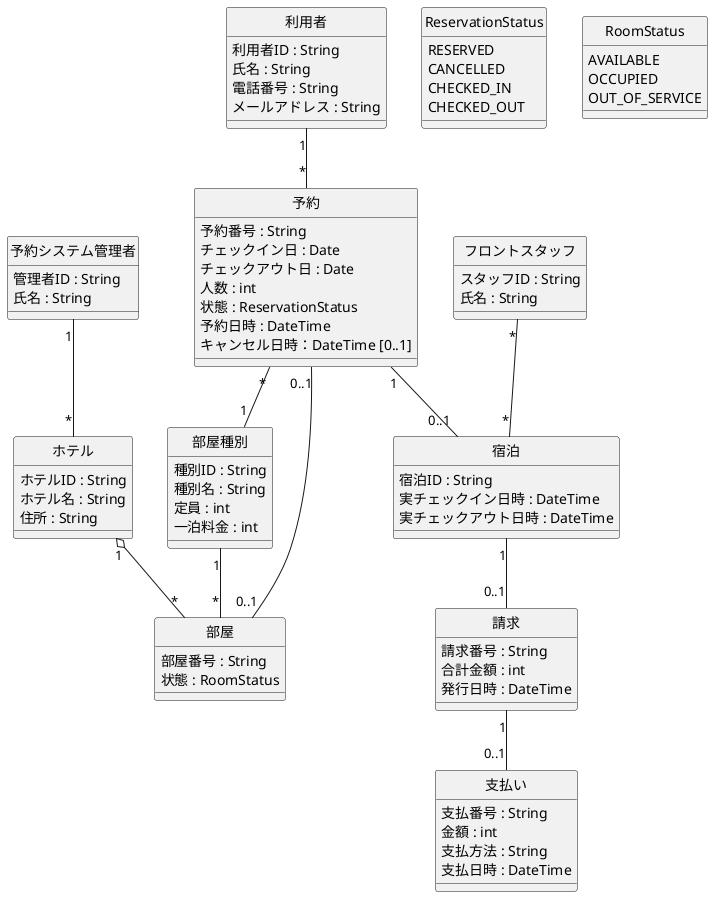
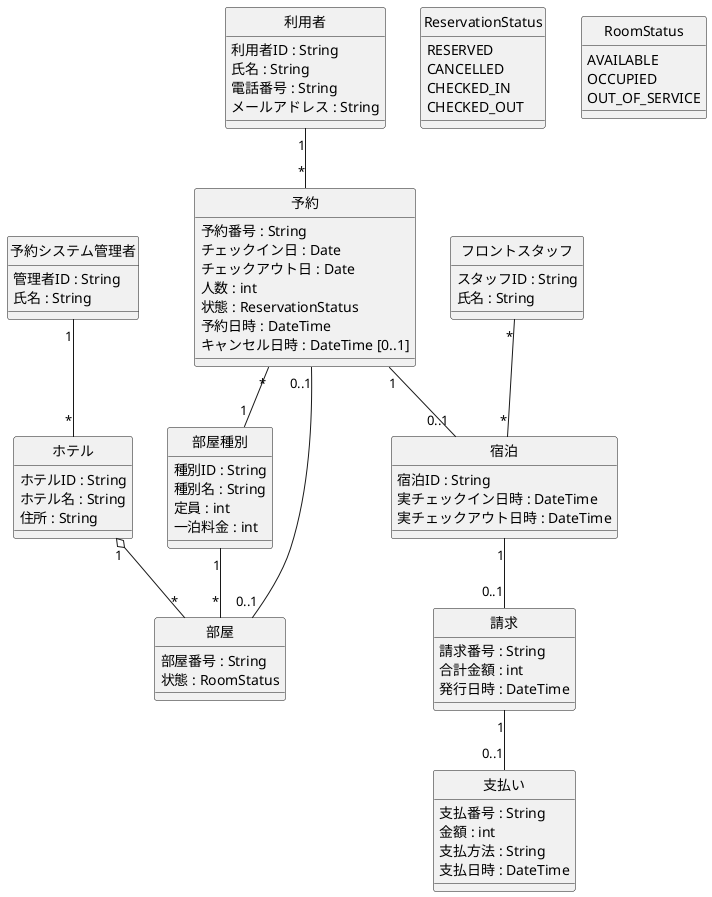
@startuml domain_class

skinparam classAttributeIconSize 0
hide circle

class 利用者 {
  利用者ID : String
  氏名 : String
  電話番号 : String
  メールアドレス : String
}

class 予約システム管理者 {
  管理者ID : String
  氏名 : String
}

class フロントスタッフ {
  スタッフID : String
  氏名 : String
}

class ホテル {
  ホテルID : String
  ホテル名 : String
  住所 : String
}

class 部屋種別 {
  種別ID : String
  種別名 : String
  定員 : int
  一泊料金 : int
}

class 部屋 {
  部屋番号 : String
  状態 : RoomStatus
}

class 予約 {
  予約番号 : String
  チェックイン日 : Date
  チェックアウト日 : Date
  人数 : int
  状態 : ReservationStatus
  予約日時 : DateTime
-   キャンセル日時：DateTime [0..1]
+   キャンセル日時 : DateTime [0..1]
}

class 宿泊 {
  宿泊ID : String
  実チェックイン日時 : DateTime
  実チェックアウト日時 : DateTime
}

class 請求 {
  請求番号 : String
  合計金額 : int
  発行日時 : DateTime
}

class 支払い {
  支払番号 : String
  金額 : int
  支払方法 : String
  支払日時 : DateTime
}

enum ReservationStatus {
  RESERVED
  CANCELLED
  CHECKED_IN
  CHECKED_OUT
}

enum RoomStatus {
  AVAILABLE
  OCCUPIED
  OUT_OF_SERVICE
}

' ============================================================
' 関係と多重度（概念レベルなので向きは付けない）
' ============================================================
ホテル              "1"    o-- "*"    部屋
部屋種別            "1"    --  "*"    部屋
利用者                "1"    --  "*"    予約
予約                "*"    --  "1"    部屋種別
予約                "0..1" --  "0..1" 部屋
予約                "1"    --  "0..1" 宿泊
宿泊                "1"    --  "0..1" 請求
請求                "1"    --  "0..1" 支払い
予約システム管理者  "1"    --  "*"    ホテル
フロントスタッフ    "*"    --  "*"    宿泊

@enduml
